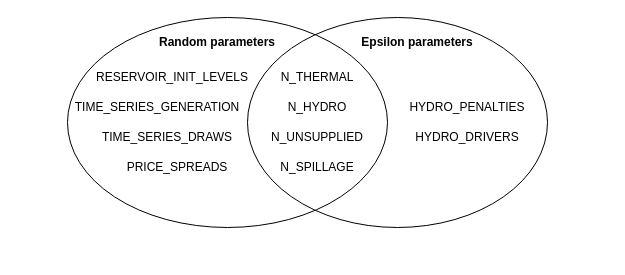
This is docs/assets/diagrams/random-parameters.drawio from AntaresSimulatorTeam/antares-doc, a draw.io file, before an edit. Source tidied: cells renumbered, new cells numbered last; positions are measured from the earlier drawing's top-left corner, leaving out a move shared by most shapes. Both pictures are drawn from the tidied source at 100%, with x=0, y=0 at pixel (67, 17).
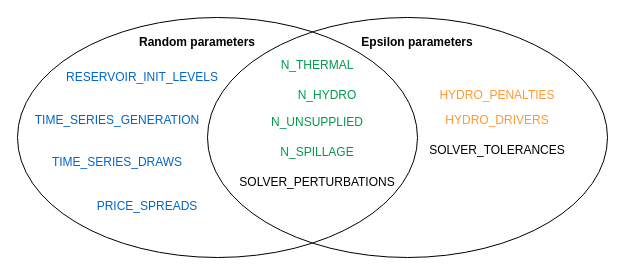
Above is the later version.

Change to the diagram source:
```diff
@@
 <mxGraphModel>
   <root>
     <mxCell id="0" />
     <mxCell id="1" parent="0" />
     <mxCell id="2" style="ellipse;whiteSpace=wrap;html=1;fillColor=none;" parent="1" vertex="1">
-      <mxGeometry width="320" height="210" as="geometry" />
+      <mxGeometry x="-50" width="400" height="240" as="geometry" />
     </mxCell>
     <mxCell id="3" style="ellipse;whiteSpace=wrap;html=1;fillColor=none;" parent="1" vertex="1">
-      <mxGeometry x="180" width="300" height="210" as="geometry" />
+      <mxGeometry x="140" width="400" height="240" as="geometry" />
     </mxCell>
-    <mxCell id="4" value="N_THERMAL" style="text;html=1;align=center;verticalAlign=middle;whiteSpace=wrap;rounded=0;" parent="1" vertex="1">
-      <mxGeometry x="180" y="45" width="140" height="30" as="geometry" />
+    <mxCell id="4" value="N_THERMAL" style="text;html=1;align=center;verticalAlign=middle;whiteSpace=wrap;rounded=0;fontColor=#00994D;" parent="1" vertex="1">
+      <mxGeometry x="180" y="32.5" width="140" height="30" as="geometry" />
     </mxCell>
-    <mxCell id="5" value="N_HYDRO" style="text;html=1;align=center;verticalAlign=middle;whiteSpace=wrap;rounded=0;" parent="1" vertex="1">
-      <mxGeometry x="180" y="75" width="140" height="30" as="geometry" />
+    <mxCell id="5" value="N_HYDRO" style="text;html=1;align=center;verticalAlign=middle;whiteSpace=wrap;rounded=0;fontColor=#00994D;" parent="1" vertex="1">
+      <mxGeometry x="190" y="62.5" width="140" height="30" as="geometry" />
     </mxCell>
-    <mxCell id="6" value="N_UNSUPPLIED" style="text;html=1;align=center;verticalAlign=middle;whiteSpace=wrap;rounded=0;" parent="1" vertex="1">
-      <mxGeometry x="180" y="105" width="140" height="30" as="geometry" />
+    <mxCell id="6" value="N_UNSUPPLIED" style="text;html=1;align=center;verticalAlign=middle;whiteSpace=wrap;rounded=0;fontColor=#00994D;" parent="1" vertex="1">
+      <mxGeometry x="180" y="90" width="140" height="30" as="geometry" />
     </mxCell>
-    <mxCell id="7" value="N_SPILLAGE" style="text;html=1;align=center;verticalAlign=middle;whiteSpace=wrap;rounded=0;" parent="1" vertex="1">
-      <mxGeometry x="180" y="135" width="140" height="30" as="geometry" />
+    <mxCell id="7" value="N_SPILLAGE" style="text;html=1;align=center;verticalAlign=middle;whiteSpace=wrap;rounded=0;fontColor=#00994D;" parent="1" vertex="1">
+      <mxGeometry x="180" y="120" width="140" height="30" as="geometry" />
     </mxCell>
-    <mxCell id="8" value="HYDRO_PENALTIES" style="text;html=1;align=center;verticalAlign=middle;whiteSpace=wrap;rounded=0;" parent="1" vertex="1">
-      <mxGeometry x="330" y="75" width="140" height="30" as="geometry" />
+    <mxCell id="8" value="HYDRO_PENALTIES" style="text;html=1;align=center;verticalAlign=middle;whiteSpace=wrap;rounded=0;fontColor=#FF9933;" parent="1" vertex="1">
+      <mxGeometry x="360" y="62.5" width="140" height="30" as="geometry" />
     </mxCell>
-    <mxCell id="9" value="HYDRO_DRIVERS" style="text;html=1;align=center;verticalAlign=middle;whiteSpace=wrap;rounded=0;" parent="1" vertex="1">
-      <mxGeometry x="330" y="105" width="140" height="30" as="geometry" />
+    <mxCell id="9" value="HYDRO_DRIVERS" style="text;html=1;align=center;verticalAlign=middle;whiteSpace=wrap;rounded=0;fontColor=#FF9933;" parent="1" vertex="1">
+      <mxGeometry x="360" y="87.5" width="140" height="30" as="geometry" />
     </mxCell>
-    <mxCell id="10" value="RESERVOIR_INIT_LEVELS" style="text;html=1;align=center;verticalAlign=middle;whiteSpace=wrap;rounded=0;" parent="1" vertex="1">
-      <mxGeometry x="30" y="45" width="150" height="30" as="geometry" />
+    <mxCell id="10" value="RESERVOIR_INIT_LEVELS" style="text;html=1;align=center;verticalAlign=middle;whiteSpace=wrap;rounded=0;fontColor=#0066CC;" parent="1" vertex="1">
+      <mxGeometry y="45" width="150" height="30" as="geometry" />
     </mxCell>
-    <mxCell id="11" value="TIME_SERIES_GENERATION" style="text;html=1;align=center;verticalAlign=middle;whiteSpace=wrap;rounded=0;" parent="1" vertex="1">
-      <mxGeometry y="75" width="180" height="30" as="geometry" />
+    <mxCell id="11" value="TIME_SERIES_GENERATION" style="text;html=1;align=center;verticalAlign=middle;whiteSpace=wrap;rounded=0;fontColor=#0066CC;" parent="1" vertex="1">
+      <mxGeometry x="-40" y="87.5" width="180" height="30" as="geometry" />
     </mxCell>
-    <mxCell id="12" value="TIME_SERIES_DRAWS" style="text;html=1;align=center;verticalAlign=middle;whiteSpace=wrap;rounded=0;" parent="1" vertex="1">
-      <mxGeometry x="30" y="105" width="140" height="30" as="geometry" />
+    <mxCell id="12" value="TIME_SERIES_DRAWS" style="text;html=1;align=center;verticalAlign=middle;whiteSpace=wrap;rounded=0;fontColor=#0066CC;" parent="1" vertex="1">
+      <mxGeometry x="-20" y="130" width="140" height="30" as="geometry" />
     </mxCell>
-    <mxCell id="13" value="PRICE_SPREADS" style="text;html=1;align=center;verticalAlign=middle;whiteSpace=wrap;rounded=0;" parent="1" vertex="1">
-      <mxGeometry x="40" y="135" width="140" height="30" as="geometry" />
+    <mxCell id="13" value="PRICE_SPREADS" style="text;html=1;align=center;verticalAlign=middle;whiteSpace=wrap;rounded=0;fontColor=#0066CC;" parent="1" vertex="1">
+      <mxGeometry x="10" y="173.5" width="140" height="30" as="geometry" />
     </mxCell>
     <mxCell id="14" value="&lt;b&gt;Random parameters&lt;/b&gt;" style="text;html=1;align=center;verticalAlign=middle;whiteSpace=wrap;rounded=0;" parent="1" vertex="1">
-      <mxGeometry x="90" y="10" width="120" height="30" as="geometry" />
+      <mxGeometry x="70" y="10" width="120" height="30" as="geometry" />
     </mxCell>
     <mxCell id="15" value="&lt;b&gt;Epsilon parameters&lt;/b&gt;" style="text;html=1;align=center;verticalAlign=middle;whiteSpace=wrap;rounded=0;" parent="1" vertex="1">
       <mxGeometry x="290" y="10" width="120" height="30" as="geometry" />
     </mxCell>
+    <mxCell id="16" value="SOLVER_TOLERANCES" style="text;html=1;align=center;verticalAlign=middle;whiteSpace=wrap;rounded=0;" parent="1" vertex="1">
+      <mxGeometry x="360" y="117.5" width="140" height="30" as="geometry" />
+    </mxCell>
+    <mxCell id="17" value="SOLVER_PERTURBATIONS" style="text;html=1;align=center;verticalAlign=middle;whiteSpace=wrap;rounded=0;" parent="1" vertex="1">
+      <mxGeometry x="180" y="150" width="140" height="30" as="geometry" />
+    </mxCell>
   </root>
 </mxGraphModel>
```
